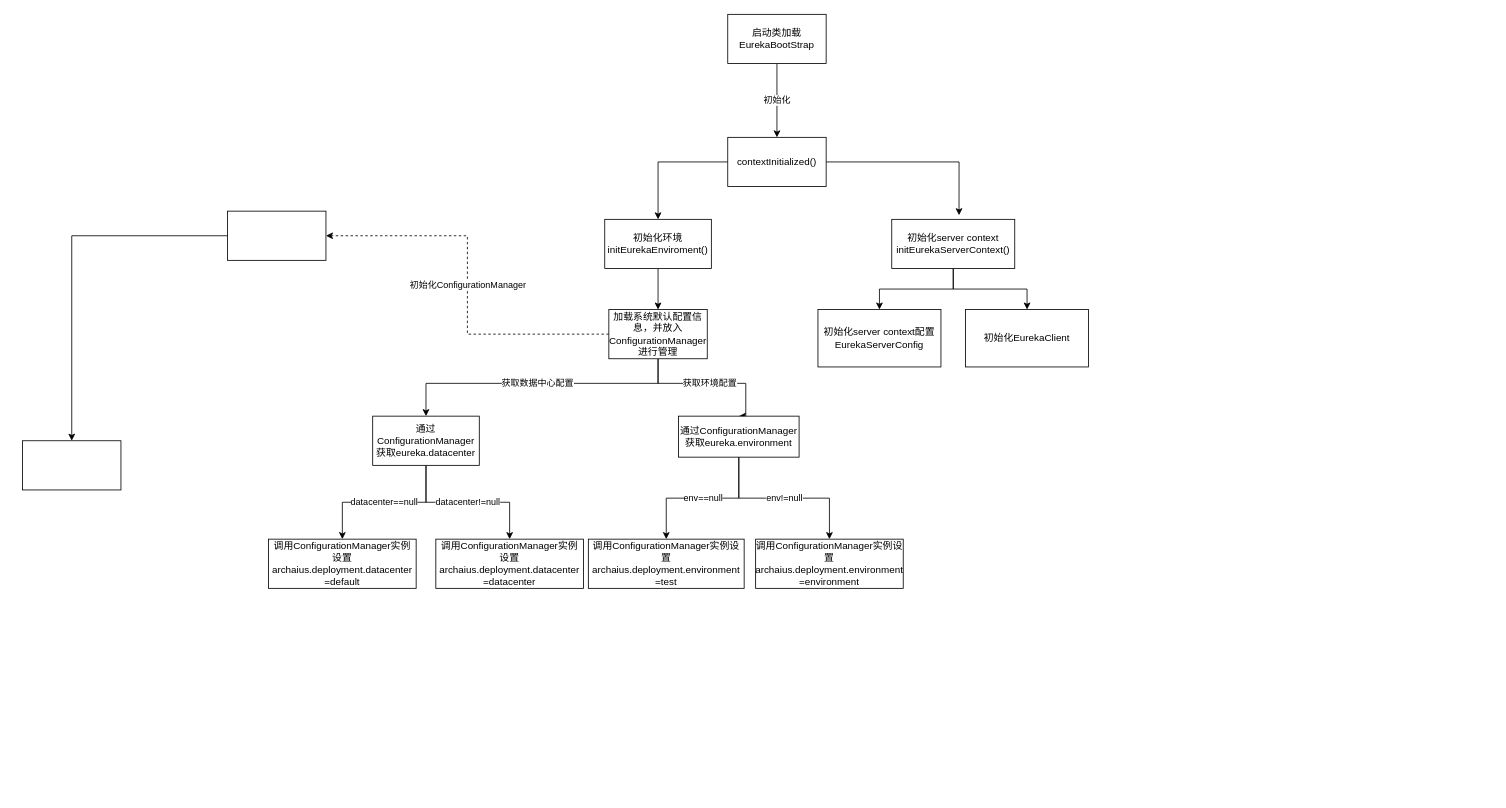
Above: 架构笔记/eureka-server初始化.drawio in childin/childin (draw.io), before the change. Source tidied: cells renumbered, new cells numbered last; positions are measured from the earlier drawing's top-left corner, leaving out a move shared by most shapes. Both pictures are drawn from the tidied source at 82%, with x=0, y=0 at pixel (22, 14).
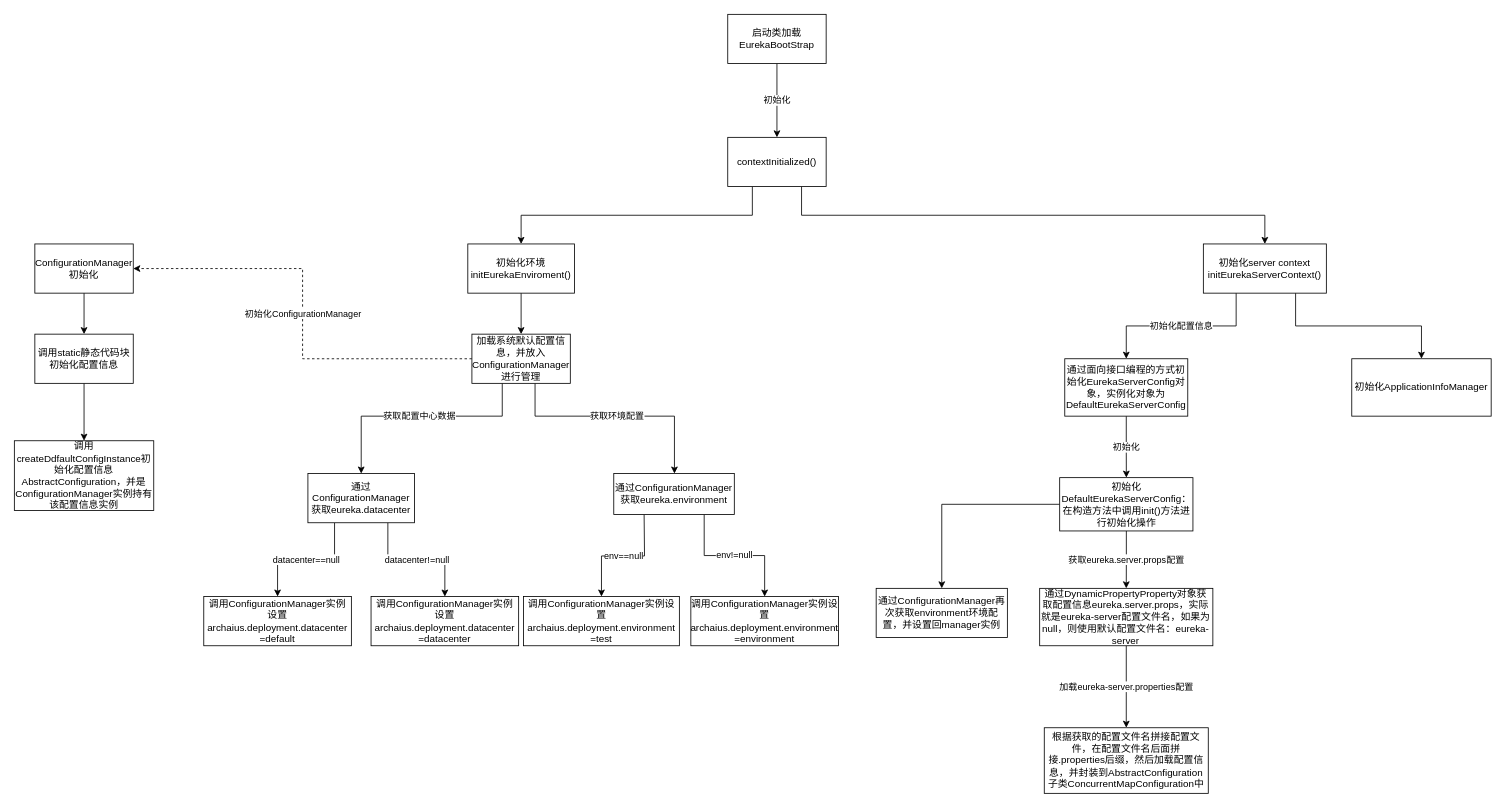
After the change.

Commit message (it also covers changes not shown here):
更新eureka-server初始化.drawio

The change refers to these unchanged cells:
```xml
<mxCell id="6" value="contextInitialized()" style="rounded=0;whiteSpace=wrap;html=1;" parent="1" vertex="1">
  <mxGeometry x="860" y="150" width="120" height="60" as="geometry" />
</mxCell>
```

Diff of the diagram source:
```diff
@@
-    <mxCell id="4" style="edgeStyle=orthogonalEdgeStyle;rounded=0;jettySize=auto;html=1;entryX=0.5;entryY=0;entryDx=0;entryDy=0;" parent="1" edge="1" source="6" target="8">
+    <mxCell id="4" style="edgeStyle=orthogonalEdgeStyle;rounded=0;jettySize=auto;html=1;exitX=0.25;exitY=1;exitDx=0;exitDy=0;" parent="1" edge="1" source="6" target="8">
       <mxGeometry relative="1" as="geometry" />
     </mxCell>
-    <mxCell id="5" style="edgeStyle=orthogonalEdgeStyle;rounded=0;jettySize=auto;html=1;entryX=0.547;entryY=-0.083;entryDx=0;entryDy=0;entryPerimeter=0;" parent="1" edge="1" source="6" target="11">
+    <mxCell id="5" style="edgeStyle=orthogonalEdgeStyle;rounded=0;jettySize=auto;html=1;exitX=0.75;exitY=1;exitDx=0;exitDy=0;entryX=0.5;entryY=0;entryDx=0;entryDy=0;" parent="1" edge="1" source="6" target="11">
       <mxGeometry relative="1" as="geometry" />
     </mxCell>
@@
     <mxCell id="8" value="初始化环境&lt;br&gt;initEurekaEnviroment()" style="rounded=0;whiteSpace=wrap;html=1;" parent="1" vertex="1">
-      <mxGeometry x="710" y="250" width="130" height="60" as="geometry" />
+      <mxGeometry x="543" y="280" width="130" height="60" as="geometry" />
     </mxCell>
-    <mxCell id="9" style="edgeStyle=orthogonalEdgeStyle;rounded=0;jettySize=auto;html=1;entryX=0.5;entryY=0;entryDx=0;entryDy=0;" parent="1" edge="1" source="11" target="17">
-      <mxGeometry relative="1" as="geometry" />
+    <mxCell id="9" value="初始化配置信息" style="edgeStyle=orthogonalEdgeStyle;rounded=0;jettySize=auto;html=1;entryX=0.5;entryY=0;entryDx=0;entryDy=0;" parent="1" edge="1" source="11" target="17">
+      <mxGeometry relative="1" as="geometry">
+        <Array as="points">
+          <mxPoint x="1480" y="380" />
+          <mxPoint x="1346" y="380" />
+        </Array>
+      </mxGeometry>
     </mxCell>
-    <mxCell id="10" style="edgeStyle=orthogonalEdgeStyle;rounded=0;jettySize=auto;html=1;entryX=0.5;entryY=0;entryDx=0;entryDy=0;" parent="1" edge="1" source="11" target="18">
-      <mxGeometry relative="1" as="geometry" />
-    </mxCell>
+    <mxCell id="31" style="edgeStyle=orthogonalEdgeStyle;rounded=0;jettySize=auto;html=1;exitX=0.75;exitY=1;exitDx=0;exitDy=0;entryX=0.5;entryY=0;entryDx=0;entryDy=0;" parent="1" edge="1" source="11" target="42">
+      <mxGeometry relative="1" as="geometry" />
+    </mxCell>
     <mxCell id="11" value="初始化server context&lt;br&gt;initEurekaServerContext()" style="rounded=0;whiteSpace=wrap;html=1;" parent="1" vertex="1">
-      <mxGeometry x="1060" y="250" width="150" height="60" as="geometry" />
+      <mxGeometry x="1440" y="280" width="150" height="60" as="geometry" />
     </mxCell>
@@
-    <mxCell id="13" value="datacenter==null" style="edgeStyle=orthogonalEdgeStyle;rounded=0;jettySize=auto;html=1;entryX=0.5;entryY=0;entryDx=0;entryDy=0;" parent="1" edge="1" source="15" target="22">
+    <mxCell id="13" value="datacenter==null" style="edgeStyle=orthogonalEdgeStyle;rounded=0;jettySize=auto;html=1;entryX=0.5;entryY=0;entryDx=0;entryDy=0;exitX=0.25;exitY=1;exitDx=0;exitDy=0;" parent="1" edge="1" source="15" target="22">
       <mxGeometry relative="1" as="geometry" />
     </mxCell>
-    <mxCell id="14" value="datacenter!=null" style="edgeStyle=orthogonalEdgeStyle;rounded=0;jettySize=auto;html=1;" parent="1" edge="1" source="15" target="16">
+    <mxCell id="14" value="datacenter!=null" style="edgeStyle=orthogonalEdgeStyle;rounded=0;jettySize=auto;html=1;exitX=0.75;exitY=1;exitDx=0;exitDy=0;" parent="1" edge="1" source="15" target="16">
       <mxGeometry relative="1" as="geometry" />
     </mxCell>
     <mxCell id="15" value="通过ConfigurationManager获取eureka.datacenter" style="rounded=0;whiteSpace=wrap;html=1;" parent="1" vertex="1">
-      <mxGeometry x="427" y="490" width="130" height="60" as="geometry" />
+      <mxGeometry x="348" y="560" width="130" height="60" as="geometry" />
     </mxCell>
     <mxCell id="16" value="调用ConfigurationManager实例设置archaius.deployment.datacenter&lt;br&gt;=datacenter" style="rounded=0;whiteSpace=wrap;html=1;" parent="1" vertex="1">
-      <mxGeometry x="504" y="640" width="180" height="60" as="geometry" />
+      <mxGeometry x="425" y="710" width="180" height="60" as="geometry" />
     </mxCell>
+    <mxCell id="32" value="初始化" style="edgeStyle=orthogonalEdgeStyle;rounded=0;jettySize=auto;html=1;" parent="1" edge="1" source="17" target="37">
+      <mxGeometry relative="1" as="geometry" />
+    </mxCell>
-    <mxCell id="17" value="初始化server context配置&lt;br&gt;EurekaServerConfig" style="rounded=0;whiteSpace=wrap;html=1;" parent="1" vertex="1">
-      <mxGeometry x="970" y="360" width="150" height="70" as="geometry" />
+    <mxCell id="17" value="通过面向接口编程的方式初始化EurekaServerConfig对象，实例化对象为DefaultEurekaServerConfig" style="rounded=0;whiteSpace=wrap;html=1;" parent="1" vertex="1">
+      <mxGeometry x="1271" y="420" width="150" height="70" as="geometry" />
     </mxCell>
-    <mxCell id="18" value="初始化EurekaClient" style="rounded=0;whiteSpace=wrap;html=1;" parent="1" vertex="1">
-      <mxGeometry x="1150" y="360" width="150" height="70" as="geometry" />
-    </mxCell>
@@
-    <mxCell id="20" style="rounded=0;whiteSpace=wrap;html=1;" parent="1" vertex="1">
-      <mxGeometry x="250" y="240" width="120" height="60" as="geometry" />
+    <mxCell id="20" value="ConfigurationManager初始化" style="rounded=0;whiteSpace=wrap;html=1;" parent="1" vertex="1">
+      <mxGeometry x="15" y="280" width="120" height="60" as="geometry" />
     </mxCell>
+    <mxCell id="33" style="edgeStyle=orthogonalEdgeStyle;rounded=0;jettySize=auto;html=1;entryX=0.5;entryY=0;entryDx=0;entryDy=0;" parent="1" edge="1" source="21" target="34">
+      <mxGeometry relative="1" as="geometry" />
+    </mxCell>
-    <mxCell id="21" style="rounded=0;whiteSpace=wrap;html=1;" parent="1" vertex="1">
-      <mxGeometry y="520" width="120" height="60" as="geometry" />
+    <mxCell id="21" value="调用static静态代码块初始化配置信息" style="rounded=0;whiteSpace=wrap;html=1;" parent="1" vertex="1">
+      <mxGeometry x="15" y="390" width="120" height="60" as="geometry" />
     </mxCell>
     <mxCell id="22" value="&lt;span&gt;调用ConfigurationManager实例设置archaius.deployment.datacenter&lt;/span&gt;&lt;br&gt;&lt;span&gt;=default&lt;/span&gt;" style="rounded=0;whiteSpace=wrap;html=1;" parent="1" vertex="1">
-      <mxGeometry x="300" y="640" width="180" height="60" as="geometry" />
+      <mxGeometry x="221" y="710" width="180" height="60" as="geometry" />
     </mxCell>
-    <mxCell id="23" value="获取数据中心配置" style="edgeStyle=orthogonalEdgeStyle;rounded=0;jettySize=auto;html=1;entryX=0.5;entryY=0;entryDx=0;entryDy=0;" parent="1" edge="1" source="25" target="15">
+    <mxCell id="23" value="获取配置中心数据" style="edgeStyle=orthogonalEdgeStyle;rounded=0;jettySize=auto;html=1;entryX=0.5;entryY=0;entryDx=0;entryDy=0;" parent="1" edge="1" source="25" target="15">
       <mxGeometry relative="1" as="geometry">
         <Array as="points">
-          <mxPoint x="775" y="450" />
-          <mxPoint x="492" y="450" />
+          <mxPoint x="585" y="490" />
+          <mxPoint x="413" y="490" />
         </Array>
       </mxGeometry>
     </mxCell>
-    <mxCell id="24" value="获取环境配置" style="edgeStyle=orthogonalEdgeStyle;rounded=0;jettySize=auto;html=1;entryX=0.5;entryY=0;entryDx=0;entryDy=0;" parent="1" edge="1" source="25" target="28">
+    <mxCell id="24" value="获取环境配置" style="edgeStyle=orthogonalEdgeStyle;rounded=0;jettySize=auto;html=1;" parent="1" edge="1" source="25" target="28">
       <mxGeometry relative="1" as="geometry">
         <Array as="points">
-          <mxPoint x="775" y="450" />
-          <mxPoint x="882" y="450" />
+          <mxPoint x="625" y="490" />
+          <mxPoint x="795" y="490" />
         </Array>
       </mxGeometry>
     </mxCell>
     <mxCell id="25" value="加载系统默认配置信息，并放入ConfigurationManager进行管理" style="rounded=0;whiteSpace=wrap;html=1;" parent="1" vertex="1">
-      <mxGeometry x="715" y="360" width="120" height="60" as="geometry" />
+      <mxGeometry x="548" y="390" width="120" height="60" as="geometry" />
     </mxCell>
-    <mxCell id="26" value="env==null" style="edgeStyle=orthogonalEdgeStyle;rounded=0;jettySize=auto;html=1;entryX=0.5;entryY=0;entryDx=0;entryDy=0;" parent="1" edge="1" source="28" target="30">
-      <mxGeometry relative="1" as="geometry" />
+    <mxCell id="26" value="env==null" style="edgeStyle=orthogonalEdgeStyle;rounded=0;jettySize=auto;html=1;entryX=0.5;entryY=0;entryDx=0;entryDy=0;" parent="1" edge="1" target="30">
+      <mxGeometry relative="1" as="geometry">
+        <mxPoint x="758" y="610" as="sourcePoint" />
+      </mxGeometry>
     </mxCell>
-    <mxCell id="27" value="env!=null" style="edgeStyle=orthogonalEdgeStyle;rounded=0;jettySize=auto;html=1;" parent="1" edge="1" source="28" target="29">
+    <mxCell id="27" value="env!=null" style="edgeStyle=orthogonalEdgeStyle;rounded=0;jettySize=auto;html=1;exitX=0.75;exitY=1;exitDx=0;exitDy=0;" parent="1" edge="1" source="28" target="29">
       <mxGeometry relative="1" as="geometry" />
     </mxCell>
     <mxCell id="28" value="通过ConfigurationManager获取eureka.environment" style="rounded=0;whiteSpace=wrap;html=1;" parent="1" vertex="1">
-      <mxGeometry x="800" y="490" width="147" height="50" as="geometry" />
+      <mxGeometry x="721" y="560" width="147" height="50" as="geometry" />
     </mxCell>
     <mxCell id="29" value="调用ConfigurationManager实例设置archaius.deployment.environment&lt;br&gt;=environment" style="rounded=0;whiteSpace=wrap;html=1;" parent="1" vertex="1">
-      <mxGeometry x="894" y="640" width="180" height="60" as="geometry" />
+      <mxGeometry x="815" y="710" width="180" height="60" as="geometry" />
     </mxCell>
     <mxCell id="30" value="&lt;span&gt;调用ConfigurationManager实例设置&lt;/span&gt;archaius.deployment.environment&lt;br&gt;&lt;span&gt;=test&lt;/span&gt;" style="rounded=0;whiteSpace=wrap;html=1;" parent="1" vertex="1">
-      <mxGeometry x="690" y="640" width="190" height="60" as="geometry" />
+      <mxGeometry x="611" y="710" width="190" height="60" as="geometry" />
     </mxCell>
+    <mxCell id="34" value="调用createDdfaultConfigInstance初始化配置信息AbstractConfiguration，并是ConfigurationManager实例持有该配置信息实例" style="rounded=0;whiteSpace=wrap;html=1;" parent="1" vertex="1">
+      <mxGeometry x="-10" y="520" width="170" height="85" as="geometry" />
+    </mxCell>
+    <mxCell id="35" style="edgeStyle=orthogonalEdgeStyle;rounded=0;jettySize=auto;html=1;" parent="1" edge="1" source="37" target="38">
+      <mxGeometry relative="1" as="geometry" />
+    </mxCell>
+    <mxCell id="36" value="获取eureka.server.props配置" style="edgeStyle=orthogonalEdgeStyle;rounded=0;jettySize=auto;html=1;entryX=0.5;entryY=0;entryDx=0;entryDy=0;" parent="1" edge="1" source="37" target="40">
+      <mxGeometry relative="1" as="geometry" />
+    </mxCell>
+    <mxCell id="37" value="初始化DefaultEurekaServerConfig：在构造方法中调用init()方法进行初始化操作" style="rounded=0;whiteSpace=wrap;html=1;" parent="1" vertex="1">
+      <mxGeometry x="1264.8" y="565" width="162.5" height="65" as="geometry" />
+    </mxCell>
+    <mxCell id="38" value="通过ConfigurationManager再次获取environment环境配置，并设置回manager实例" style="rounded=0;whiteSpace=wrap;html=1;" parent="1" vertex="1">
+      <mxGeometry x="1041" y="700" width="160" height="60" as="geometry" />
+    </mxCell>
+    <mxCell id="39" value="加载eureka-server.properties配置" style="edgeStyle=orthogonalEdgeStyle;rounded=0;jettySize=auto;html=1;entryX=0.5;entryY=0;entryDx=0;entryDy=0;" parent="1" edge="1" source="40" target="41">
+      <mxGeometry relative="1" as="geometry" />
+    </mxCell>
+    <mxCell id="40" value="通过DynamicPropertyProperty对象获取配置信息eureka.server.props，实际就是eureka-server配置文件名，如果为null，则使用默认配置文件名：eureka-server" style="rounded=0;whiteSpace=wrap;html=1;" parent="1" vertex="1">
+      <mxGeometry x="1240.4" y="700" width="211.2" height="70" as="geometry" />
+    </mxCell>
+    <mxCell id="41" value="根据获取的配置文件名拼接配置文件，在配置文件名后面拼接.properties后缀，然后加载配置信息，并封装到AbstractConfiguration子类ConcurrentMapConfiguration中" style="rounded=0;whiteSpace=wrap;html=1;" parent="1" vertex="1">
+      <mxGeometry x="1246" y="870" width="200" height="80" as="geometry" />
+    </mxCell>
+    <mxCell id="42" value="初始化ApplicationInfoManager" style="rounded=0;whiteSpace=wrap;html=1;" parent="1" vertex="1">
+      <mxGeometry x="1621" y="420" width="170" height="70" as="geometry" />
+    </mxCell>
```
